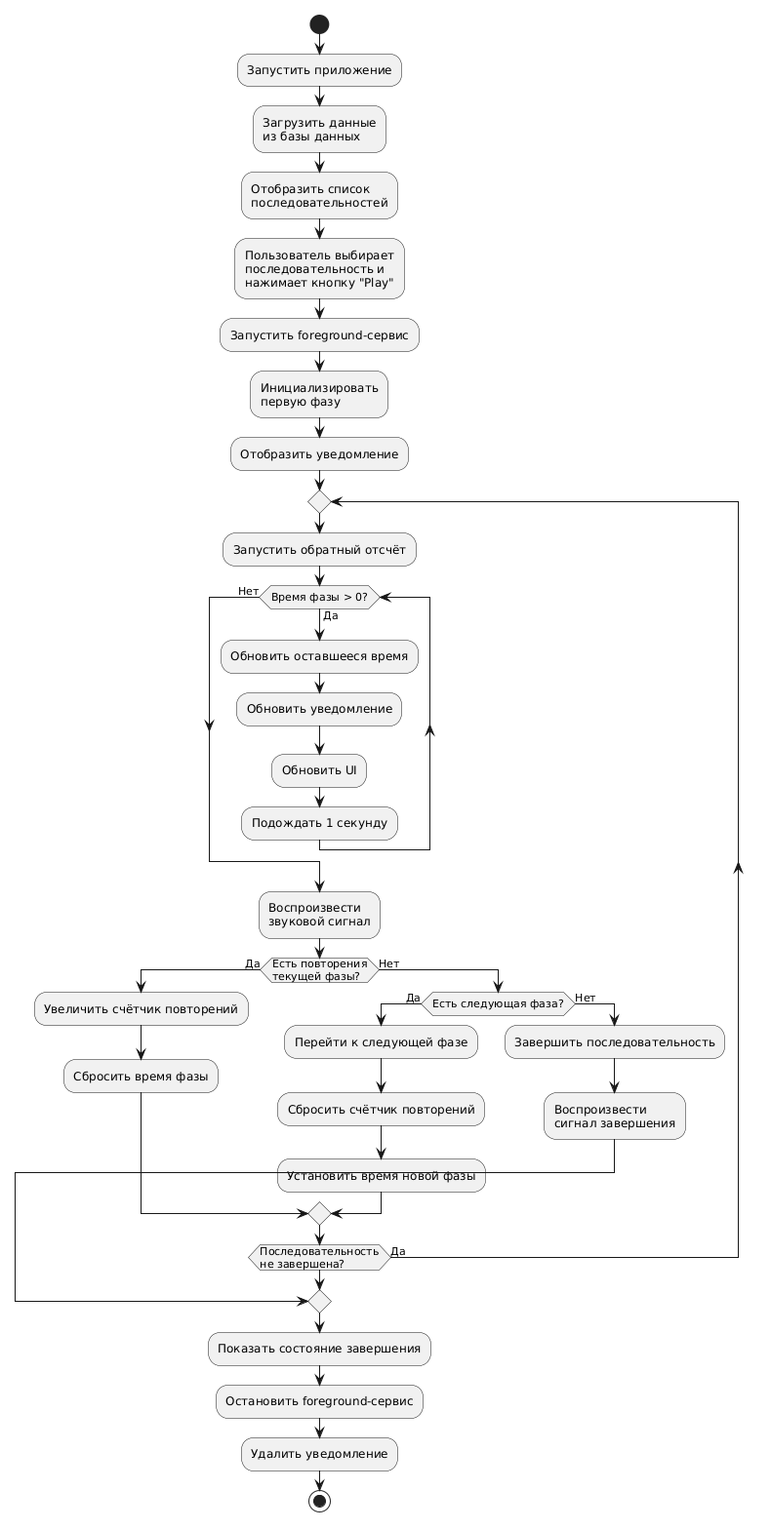
The PlantUML diagram Reports/LR2/img/activity.png in Dmitro44/Mobilki, before a commit.
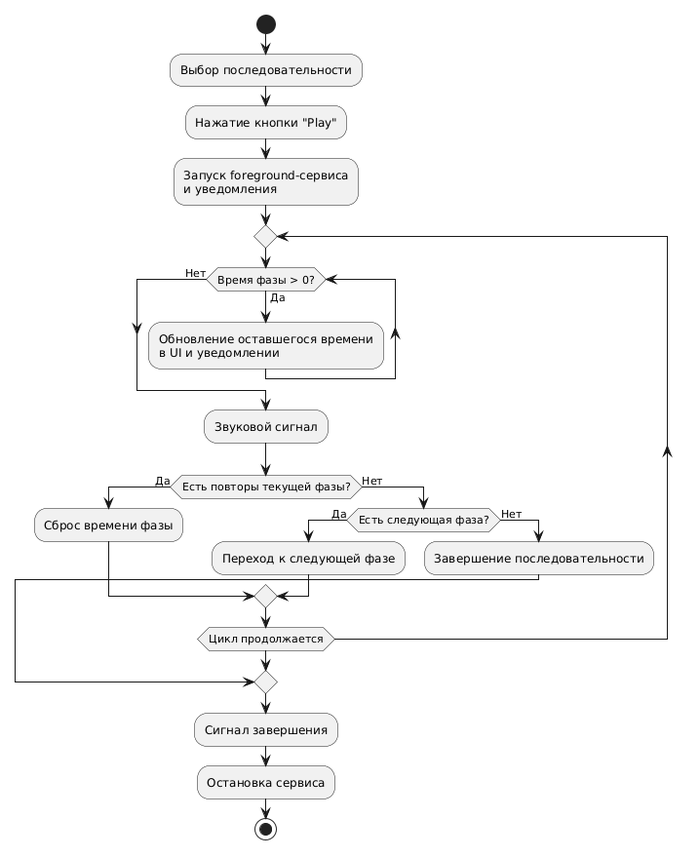
After the commit.

Commit message:
chore(LR2): update activity diagram

Change to the diagram source:
```diff
@@ -1,54 +1,29 @@
 @startuml
 start
-
-:Запустить приложение;
-
-:Загрузить данные\nиз базы данных;
-
-:Отобразить список\nпоследовательностей;
-
-:Пользователь выбирает\nпоследовательность и\nнажимает кнопку "Play";
-
-:Запустить foreground-сервис;
-
-:Инициализировать\nпервую фазу;
-
-:Отобразить уведомление;
-
+:Выбор последовательности;
+:Нажатие кнопки "Play";
+:Запуск foreground-сервиса\nи уведомления;
 repeat
-  :Запустить обратный отсчёт;
 
   while (Время фазы > 0?) is (Да)
-    :Обновить оставшееся время;
-    :Обновить уведомление;
-    :Обновить UI;
-    :Подождать 1 секунду;
+    :Обновление оставшегося времени\nв UI и уведомлении;
   endwhile (Нет)
 
-  :Воспроизвести\nзвуковой сигнал;
+  :Звуковой сигнал;
 
-  if (Есть повторения\nтекущей фазы?) then (Да)
-    :Увеличить счётчик повторений;
-    :Сбросить время фазы;
+  if (Есть повторы текущей фазы?) then (Да)
+    :Сброс времени фазы;
   else (Нет)
     if (Есть следующая фаза?) then (Да)
-      :Перейти к следующей фазе;
-      :Сбросить счётчик повторений;
-      :Установить время новой фазы;
+      :Переход к следующей фазе;
     else (Нет)
-      :Завершить последовательность;
-      :Воспроизвести\nсигнал завершения;
+      :Завершение последовательности;
       break
     endif
   endif
 
-repeat while (Последовательность\nне завершена?) is (Да)
-
-:Показать состояние завершения;
-
-:Остановить foreground-сервис;
-
-:Удалить уведомление;
-
+repeat while (Цикл продолжается)
+:Сигнал завершения;
+:Остановка сервиса;
 stop
 @enduml
```
